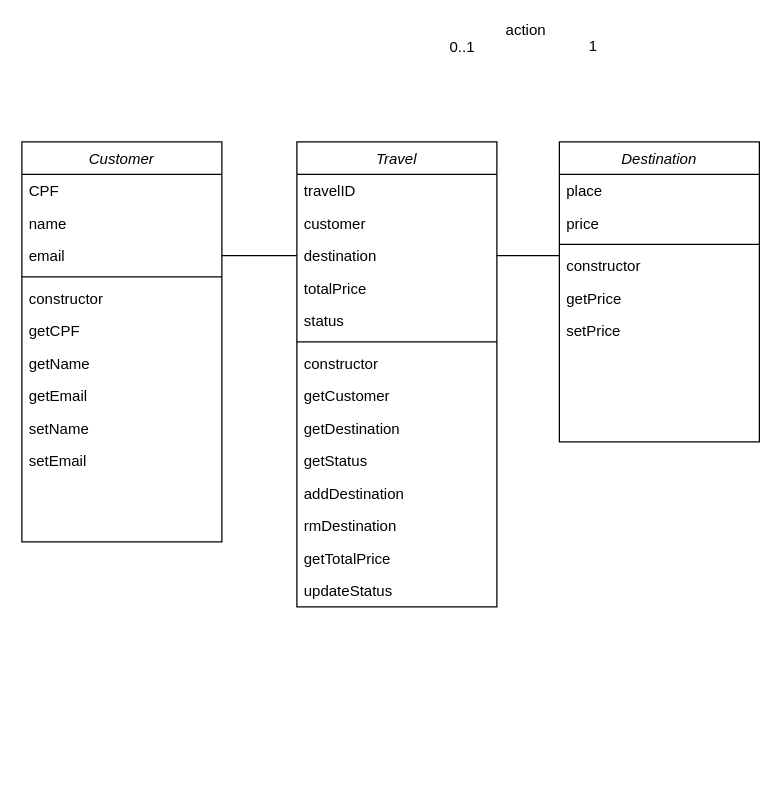
Above: trab/java/UML.drawio in vitimon/recode (draw.io), before the change. Source tidied: cells renumbered, new cells numbered last; positions are measured from the earlier drawing's top-left corner, leaving out a move shared by most shapes. Both pictures are drawn from the tidied source at 125%, with x=0, y=0 at pixel (21, 40).
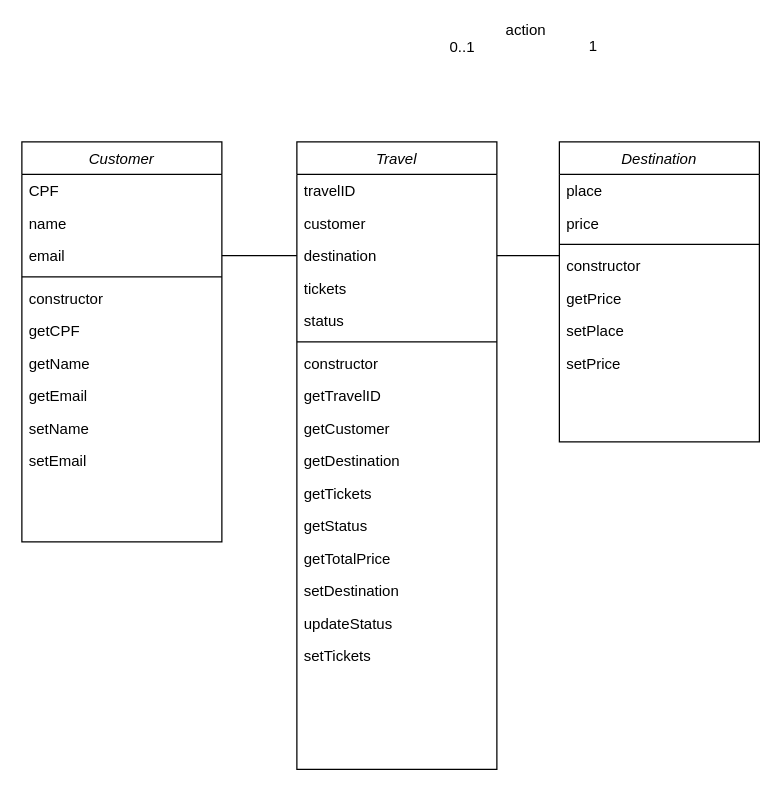
After the change.

Unchanged cells that the change refers to:
```xml
<mxCell id="13" value="Destination" style="swimlane;fontStyle=2;align=center;verticalAlign=top;horizontal=1;startSize=26;rounded=0;shadow=0;strokeWidth=1;" parent="1" vertex="1">
  <mxGeometry x="430" y="81" width="160" height="240" as="geometry" />
</mxCell>
```

Change to the diagram source:
```diff
@@
+    <mxCell id="40" value="setPlace" style="text;align=left;verticalAlign=top;spacingLeft=4;spacingRight=4;overflow=hidden;" parent="13" vertex="1">
+      <mxGeometry y="138" width="160" height="26" as="geometry" />
+    </mxCell>
     <mxCell id="19" value="setPrice" style="text;align=left;verticalAlign=top;spacingLeft=4;spacingRight=4;overflow=hidden;" parent="13" vertex="1">
-      <mxGeometry y="138" width="160" height="26" as="geometry" />
+      <mxGeometry y="164" width="160" height="26" as="geometry" />
     </mxCell>
     <mxCell id="20" value="Travel" style="swimlane;fontStyle=2;align=center;verticalAlign=top;horizontal=1;startSize=26;rounded=0;shadow=0;strokeWidth=1;" parent="1" vertex="1">
-      <mxGeometry x="220" y="81" width="160" height="372" as="geometry" />
+      <mxGeometry x="220" y="81" width="160" height="502" as="geometry" />
     </mxCell>
@@
-    <mxCell id="24" value="totalPrice" style="text;align=left;verticalAlign=top;spacingLeft=4;spacingRight=4;overflow=hidden;rounded=0;shadow=0;html=0;" parent="20" vertex="1">
+    <mxCell id="24" value="tickets" style="text;align=left;verticalAlign=top;spacingLeft=4;spacingRight=4;overflow=hidden;rounded=0;shadow=0;html=0;" parent="20" vertex="1">
       <mxGeometry y="104" width="160" height="26" as="geometry" />
     </mxCell>
@@
+    <mxCell id="41" value="getTravelID" style="text;align=left;verticalAlign=top;spacingLeft=4;spacingRight=4;overflow=hidden;" parent="20" vertex="1">
+      <mxGeometry y="190" width="160" height="26" as="geometry" />
+    </mxCell>
     <mxCell id="28" value="getCustomer" style="text;align=left;verticalAlign=top;spacingLeft=4;spacingRight=4;overflow=hidden;" parent="20" vertex="1">
-      <mxGeometry y="190" width="160" height="26" as="geometry" />
+      <mxGeometry y="216" width="160" height="26" as="geometry" />
     </mxCell>
     <mxCell id="29" value="getDestination" style="text;align=left;verticalAlign=top;spacingLeft=4;spacingRight=4;overflow=hidden;" parent="20" vertex="1">
-      <mxGeometry y="216" width="160" height="26" as="geometry" />
+      <mxGeometry y="242" width="160" height="26" as="geometry" />
     </mxCell>
+    <mxCell id="42" value="getTickets" style="text;align=left;verticalAlign=top;spacingLeft=4;spacingRight=4;overflow=hidden;" parent="20" vertex="1">
+      <mxGeometry y="268" width="160" height="26" as="geometry" />
+    </mxCell>
     <mxCell id="30" value="getStatus" style="text;align=left;verticalAlign=top;spacingLeft=4;spacingRight=4;overflow=hidden;" parent="20" vertex="1">
-      <mxGeometry y="242" width="160" height="26" as="geometry" />
+      <mxGeometry y="294" width="160" height="26" as="geometry" />
     </mxCell>
-    <mxCell id="31" value="addDestination" style="text;align=left;verticalAlign=top;spacingLeft=4;spacingRight=4;overflow=hidden;" parent="20" vertex="1">
-      <mxGeometry y="268" width="160" height="26" as="geometry" />
-    </mxCell>
-    <mxCell id="32" value="rmDestination" style="text;align=left;verticalAlign=top;spacingLeft=4;spacingRight=4;overflow=hidden;" parent="20" vertex="1">
-      <mxGeometry y="294" width="160" height="26" as="geometry" />
-    </mxCell>
@@
+    <mxCell id="43" value="setDestination" style="text;align=left;verticalAlign=top;spacingLeft=4;spacingRight=4;overflow=hidden;" parent="20" vertex="1">
+      <mxGeometry y="346" width="160" height="26" as="geometry" />
+    </mxCell>
     <mxCell id="34" value="updateStatus" style="text;align=left;verticalAlign=top;spacingLeft=4;spacingRight=4;overflow=hidden;" parent="20" vertex="1">
-      <mxGeometry y="346" width="160" height="26" as="geometry" />
+      <mxGeometry y="372" width="160" height="26" as="geometry" />
     </mxCell>
+    <mxCell id="44" value="setTickets" style="text;align=left;verticalAlign=top;spacingLeft=4;spacingRight=4;overflow=hidden;" parent="20" vertex="1">
+      <mxGeometry y="398" width="160" height="26" as="geometry" />
+    </mxCell>
```
